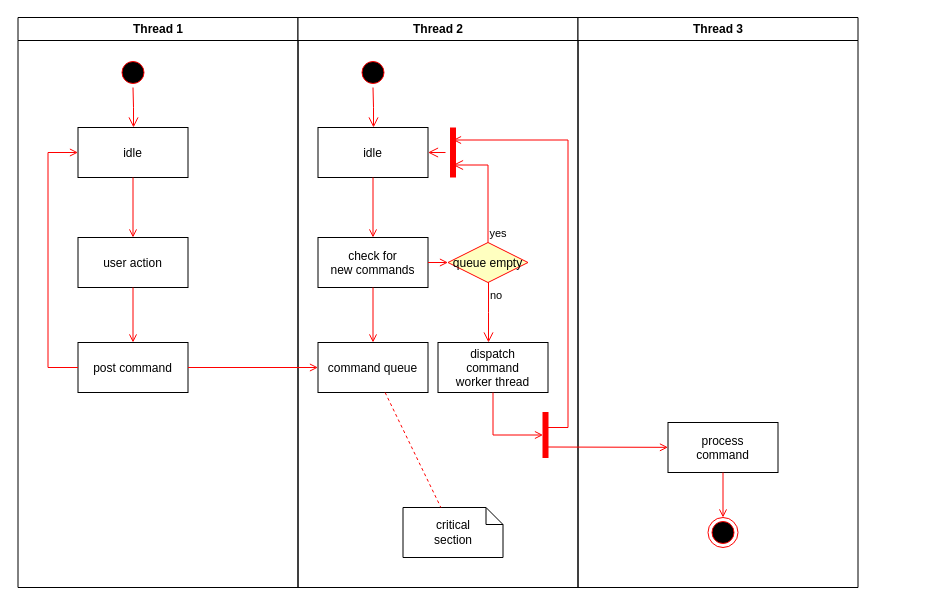
The draw.io diagram Diagrama sem nome.drawio in mesquitta06/PtWebView, before the edit. Source tidied: cells renumbered, new cells numbered last; positions are measured from the earlier drawing's top-left corner, leaving out a move shared by most shapes. Both pictures are drawn from the tidied source at 100%, with x=0, y=0 at pixel (17, 17).
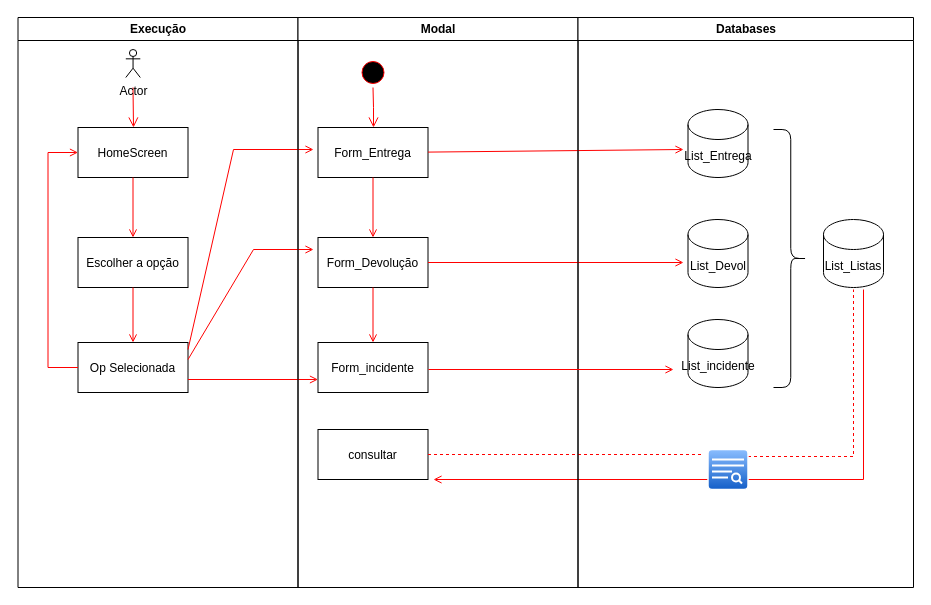
The same diagram, later.

Change to the diagram source:
```diff
@@
+    <mxCell id="37" style="endArrow=open;strokeColor=#FF0000;endFill=1;rounded=0;" parent="1" edge="1">
+      <mxGeometry relative="1" as="geometry">
+        <mxPoint x="846" y="272" as="sourcePoint" />
+        <mxPoint x="416" y="462" as="targetPoint" />
+        <Array as="points">
+          <mxPoint x="846" y="462" />
+        </Array>
+      </mxGeometry>
+    </mxCell>
-    <mxCell id="2" value="Thread 1" style="swimlane;whiteSpace=wrap;" parent="1" vertex="1">
+    <mxCell id="2" value="Execução" style="swimlane;whiteSpace=wrap;" parent="1" vertex="1">
       <mxGeometry x="0.5" width="280" height="570" as="geometry" />
     </mxCell>
-    <mxCell id="3" style="ellipse;shape=startState;fillColor=#000000;strokeColor=#ff0000;" parent="2" vertex="1">
-      <mxGeometry x="100" y="40" width="30" height="30" as="geometry" />
-    </mxCell>
-    <mxCell id="4" style="edgeStyle=elbowEdgeStyle;elbow=horizontal;verticalAlign=bottom;endArrow=open;endSize=8;strokeColor=#FF0000;endFill=1;rounded=0;" parent="2" edge="1" source="3" target="5">
-      <mxGeometry x="100" y="40" as="geometry" />
+    <mxCell id="4" style="edgeStyle=elbowEdgeStyle;elbow=horizontal;verticalAlign=bottom;endArrow=open;endSize=8;strokeColor=#FF0000;endFill=1;rounded=0;" parent="2" edge="1" target="5">
+      <mxGeometry x="100" y="40" as="geometry">
+        <mxPoint x="115" y="70" as="sourcePoint" />
+      </mxGeometry>
     </mxCell>
-    <mxCell id="5" value="idle" parent="2" vertex="1">
+    <mxCell id="5" value="HomeScreen" parent="2" vertex="1">
       <mxGeometry x="60" y="110" width="110" height="50" as="geometry" />
     </mxCell>
-    <mxCell id="6" value="user action" parent="2" vertex="1">
+    <mxCell id="6" value="Escolher a opção" parent="2" vertex="1">
       <mxGeometry x="60" y="220" width="110" height="50" as="geometry" />
     </mxCell>
@@
-    <mxCell id="8" value="post command" parent="2" vertex="1">
+    <mxCell id="8" value="Op Selecionada" parent="2" vertex="1">
       <mxGeometry x="60" y="325" width="110" height="50" as="geometry" />
     </mxCell>
@@
+    <mxCell id="38" style="endArrow=open;strokeColor=#FF0000;endFill=1;rounded=0;" parent="2" edge="1">
+      <mxGeometry relative="1" as="geometry">
+        <mxPoint x="170" y="332" as="sourcePoint" />
+        <mxPoint x="295.5" y="132" as="targetPoint" />
+        <Array as="points">
+          <mxPoint x="215.5" y="132" />
+        </Array>
+      </mxGeometry>
+    </mxCell>
+    <mxCell id="39" style="endArrow=open;strokeColor=#FF0000;endFill=1;rounded=0;" parent="2" edge="1">
+      <mxGeometry relative="1" as="geometry">
+        <mxPoint x="170" y="342" as="sourcePoint" />
+        <mxPoint x="295.5" y="232" as="targetPoint" />
+        <Array as="points">
+          <mxPoint x="235.5" y="232" />
+        </Array>
+      </mxGeometry>
+    </mxCell>
+    <mxCell id="36" style="endArrow=open;strokeColor=#FF0000;endFill=1;rounded=0;" parent="2" edge="1">
+      <mxGeometry relative="1" as="geometry">
+        <mxPoint x="170" y="362" as="sourcePoint" />
+        <mxPoint x="300" y="362" as="targetPoint" />
+      </mxGeometry>
+    </mxCell>
+    <mxCell id="40" value="Actor" style="shape=umlActor;verticalLabelPosition=bottom;verticalAlign=top;html=1;" parent="2" vertex="1">
+      <mxGeometry x="107.8" y="32" width="14.5" height="28" as="geometry" />
+    </mxCell>
-    <mxCell id="11" value="Thread 2" style="swimlane;whiteSpace=wrap;" parent="1" vertex="1">
+    <mxCell id="11" value="Modal" style="swimlane;whiteSpace=wrap;" parent="1" vertex="1">
       <mxGeometry x="280.5" width="280" height="570" as="geometry" />
     </mxCell>
@@
-    <mxCell id="14" value="idle" parent="11" vertex="1">
+    <mxCell id="14" value="Form_Entrega" parent="11" vertex="1">
       <mxGeometry x="20" y="110" width="110" height="50" as="geometry" />
     </mxCell>
-    <mxCell id="15" value="check for &#10;new commands" parent="11" vertex="1">
+    <mxCell id="15" value="Form_Devolução" parent="11" vertex="1">
       <mxGeometry x="20" y="220" width="110" height="50" as="geometry" />
     </mxCell>
@@
-    <mxCell id="17" value="command queue" parent="11" vertex="1">
+    <mxCell id="17" value="Form_incidente" parent="11" vertex="1">
       <mxGeometry x="20" y="325" width="110" height="50" as="geometry" />
     </mxCell>
@@
-    <mxCell id="19" value="queue empty" style="rhombus;fillColor=#ffffc0;strokeColor=#ff0000;" parent="11" vertex="1">
-      <mxGeometry x="150" y="225" width="80" height="40" as="geometry" />
-    </mxCell>
-    <mxCell id="20" value="yes" style="edgeStyle=elbowEdgeStyle;elbow=horizontal;align=left;verticalAlign=bottom;endArrow=open;endSize=8;strokeColor=#FF0000;exitX=0.5;exitY=0;endFill=1;rounded=0;entryX=0.75;entryY=0.5;entryPerimeter=0;" parent="11" edge="1" source="19" target="23">
-      <mxGeometry x="-1" relative="1" as="geometry">
-        <Array as="points">
-          <mxPoint x="190" y="180" />
-        </Array>
-      </mxGeometry>
-    </mxCell>
-    <mxCell id="21" value="no" style="edgeStyle=elbowEdgeStyle;elbow=horizontal;align=left;verticalAlign=top;endArrow=open;endSize=8;strokeColor=#FF0000;endFill=1;rounded=0;" parent="11" edge="1" source="19" target="25">
-      <mxGeometry x="-1" relative="1" as="geometry" />
-    </mxCell>
-    <mxCell id="22" style="endArrow=open;strokeColor=#FF0000;endFill=1;rounded=0;" parent="11" edge="1" source="15" target="19">
-      <mxGeometry relative="1" as="geometry" />
+    <mxCell id="22" style="endArrow=open;strokeColor=#FF0000;endFill=1;rounded=0;" parent="11" edge="1" source="15">
+      <mxGeometry relative="1" as="geometry">
+        <mxPoint x="385.5" y="245" as="targetPoint" />
+      </mxGeometry>
     </mxCell>
-    <mxCell id="23" style="shape=line;strokeWidth=6;strokeColor=#ff0000;rotation=90;" parent="11" vertex="1">
-      <mxGeometry x="130" y="127.5" width="50" height="15" as="geometry" />
-    </mxCell>
-    <mxCell id="24" style="edgeStyle=elbowEdgeStyle;elbow=horizontal;verticalAlign=bottom;endArrow=open;endSize=8;strokeColor=#FF0000;endFill=1;rounded=0;" parent="11" edge="1" source="23" target="14">
-      <mxGeometry x="130" y="90" as="geometry" />
-    </mxCell>
-    <mxCell id="25" value="dispatch&#10;command&#10;worker thread" parent="11" vertex="1">
-      <mxGeometry x="140" y="325" width="110" height="50" as="geometry" />
+    <mxCell id="25" value="consultar" parent="11" vertex="1">
+      <mxGeometry x="20" y="412" width="110" height="50" as="geometry" />
     </mxCell>
-    <mxCell id="26" value="critical&#10;section" style="shape=note;whiteSpace=wrap;size=17;" parent="11" vertex="1">
-      <mxGeometry x="105" y="490" width="100" height="50" as="geometry" />
-    </mxCell>
-    <mxCell id="27" style="endArrow=none;strokeColor=#FF0000;endFill=0;rounded=0;dashed=1;" parent="11" edge="1" source="17" target="26">
-      <mxGeometry relative="1" as="geometry" />
+    <mxCell id="27" style="endArrow=none;strokeColor=#FF0000;endFill=0;rounded=0;dashed=1;exitX=1;exitY=0.5;exitDx=0;exitDy=0;" parent="11" edge="1" source="25">
+      <mxGeometry relative="1" as="geometry">
+        <mxPoint x="405.5" y="437" as="targetPoint" />
+        <Array as="points">
+          <mxPoint x="215.5" y="437" />
+        </Array>
+      </mxGeometry>
     </mxCell>
-    <mxCell id="28" style="whiteSpace=wrap;strokeColor=#FF0000;fillColor=#FF0000;" parent="11" vertex="1">
-      <mxGeometry x="245" y="395" width="5" height="45" as="geometry" />
-    </mxCell>
-    <mxCell id="29" style="edgeStyle=elbowEdgeStyle;elbow=horizontal;entryX=0;entryY=0.5;strokeColor=#FF0000;endArrow=open;endFill=1;rounded=0;" parent="11" edge="1" source="25" target="28">
-      <mxGeometry relative="1" as="geometry">
-        <Array as="points">
-          <mxPoint x="195" y="400" />
-        </Array>
-      </mxGeometry>
-    </mxCell>
+    <mxCell id="41" style="endArrow=open;strokeColor=#FF0000;endFill=1;rounded=0;" parent="11" edge="1">
+      <mxGeometry relative="1" as="geometry">
+        <mxPoint x="130" y="134.6" as="sourcePoint" />
+        <mxPoint x="385.5" y="132" as="targetPoint" />
+      </mxGeometry>
+    </mxCell>
-    <mxCell id="30" value="Thread 3" style="swimlane;whiteSpace=wrap;" parent="1" vertex="1">
-      <mxGeometry x="560.5" width="280" height="570" as="geometry" />
+    <mxCell id="30" value="Databases" style="swimlane;whiteSpace=wrap;" parent="1" vertex="1">
+      <mxGeometry x="560.5" width="335.5" height="570" as="geometry" />
     </mxCell>
-    <mxCell id="31" value="process&#10;command" parent="30" vertex="1">
-      <mxGeometry x="90" y="405" width="110" height="50" as="geometry" />
-    </mxCell>
-    <mxCell id="32" style="edgeStyle=elbowEdgeStyle;elbow=horizontal;strokeColor=#FF0000;endArrow=open;endFill=1;rounded=0;entryX=0.25;entryY=0.5;entryPerimeter=0;" parent="30" edge="1" target="23">
-      <mxGeometry relative="1" as="geometry">
-        <mxPoint x="-30" y="410" as="sourcePoint" />
-        <Array as="points">
-          <mxPoint x="-10" y="135" />
-        </Array>
-      </mxGeometry>
-    </mxCell>
-    <mxCell id="33" style="edgeStyle=none;strokeColor=#FF0000;endArrow=open;endFill=1;rounded=0;" parent="30" edge="1" target="31">
-      <mxGeometry relative="1" as="geometry">
-        <mxPoint x="-30" y="429.5" as="sourcePoint" />
-      </mxGeometry>
-    </mxCell>
-    <mxCell id="34" style="ellipse;shape=endState;fillColor=#000000;strokeColor=#ff0000;" parent="30" vertex="1">
-      <mxGeometry x="130" y="500" width="30" height="30" as="geometry" />
-    </mxCell>
-    <mxCell id="35" style="endArrow=open;strokeColor=#FF0000;endFill=1;rounded=0;" parent="30" edge="1" source="31" target="34">
-      <mxGeometry relative="1" as="geometry" />
-    </mxCell>
-    <mxCell id="36" style="endArrow=open;strokeColor=#FF0000;endFill=1;rounded=0;" parent="1" edge="1" source="8" target="17">
-      <mxGeometry relative="1" as="geometry" />
-    </mxCell>
+    <mxCell id="42" value="List_Entrega" style="shape=cylinder3;whiteSpace=wrap;html=1;boundedLbl=1;backgroundOutline=1;size=15;" parent="30" vertex="1">
+      <mxGeometry x="110" y="92" width="60" height="68" as="geometry" />
+    </mxCell>
+    <mxCell id="43" value="List_Devol" style="shape=cylinder3;whiteSpace=wrap;html=1;boundedLbl=1;backgroundOutline=1;size=15;" parent="30" vertex="1">
+      <mxGeometry x="110" y="202" width="60" height="68" as="geometry" />
+    </mxCell>
+    <mxCell id="44" value="List_incidente" style="shape=cylinder3;whiteSpace=wrap;html=1;boundedLbl=1;backgroundOutline=1;size=15;" parent="30" vertex="1">
+      <mxGeometry x="110" y="302" width="60" height="68" as="geometry" />
+    </mxCell>
+    <mxCell id="45" style="endArrow=open;strokeColor=#FF0000;endFill=1;rounded=0;" parent="30" edge="1">
+      <mxGeometry relative="1" as="geometry">
+        <mxPoint x="-149.5" y="352" as="sourcePoint" />
+        <mxPoint x="95.5" y="352" as="targetPoint" />
+      </mxGeometry>
+    </mxCell>
+    <mxCell id="46" value="List_Listas" style="shape=cylinder3;whiteSpace=wrap;html=1;boundedLbl=1;backgroundOutline=1;size=15;" parent="30" vertex="1">
+      <mxGeometry x="245.5" y="202" width="60" height="68" as="geometry" />
+    </mxCell>
+    <mxCell id="47" style="endArrow=none;strokeColor=#FF0000;endFill=0;rounded=0;dashed=1;exitX=1;exitY=0.5;exitDx=0;exitDy=0;" parent="30" edge="1">
+      <mxGeometry relative="1" as="geometry">
+        <mxPoint x="170" y="439" as="sourcePoint" />
+        <mxPoint x="275.5" y="272" as="targetPoint" />
+        <Array as="points">
+          <mxPoint x="255.5" y="439" />
+          <mxPoint x="275.5" y="439" />
+        </Array>
+      </mxGeometry>
+    </mxCell>
+    <mxCell id="48" style="verticalLabelPosition=bottom;verticalAlign=top;html=1;shadow=0;dashed=0;strokeWidth=1;shape=mxgraph.ios.iSortFindIcon;fillColor=#8BbEff;fillColor2=#135Ec8;strokeColor=#ffffff;sketch=0;" parent="30" vertex="1">
+      <mxGeometry x="130" y="432" width="40" height="40" as="geometry" />
+    </mxCell>
+    <mxCell id="49" style="shape=curlyBracket;whiteSpace=wrap;html=1;rounded=1;flipH=1;labelPosition=right;verticalLabelPosition=middle;align=left;verticalAlign=middle;" parent="30" vertex="1">
+      <mxGeometry x="195.5" y="112" width="34.5" height="258" as="geometry" />
+    </mxCell>
```
